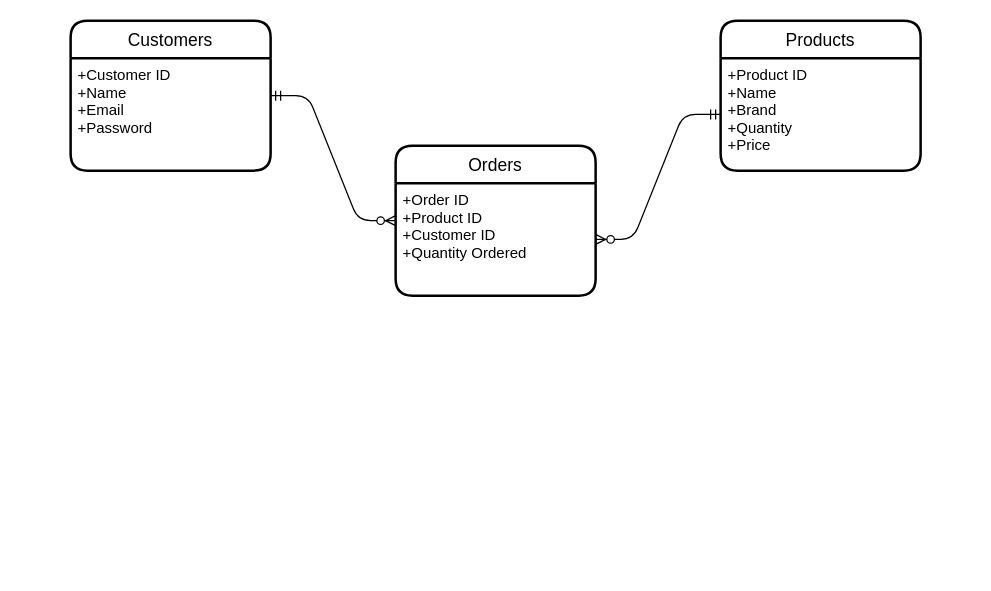
Earlier version of the draw.io diagram ERD.drawio (Warsame95/inventory-management-system). Source tidied: cells renumbered, new cells numbered last; positions are measured from the earlier drawing's top-left corner, leaving out a move shared by most shapes. Both pictures are drawn from the tidied source at 125%, with x=0, y=0 at pixel (70, 20).
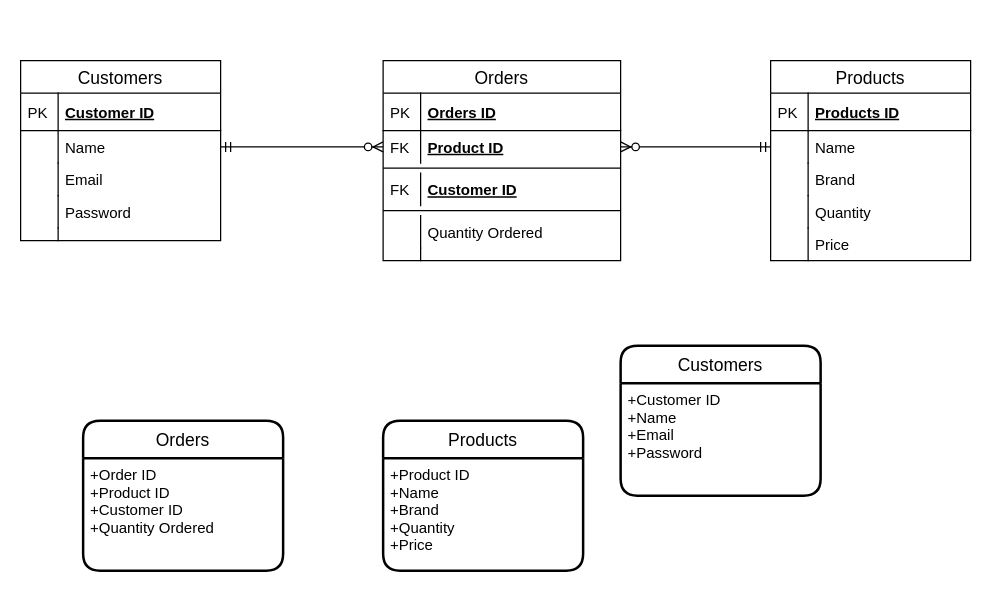
After the change.

Commit message:
Labelled the Primary and Foreign Keys

The change refers to these unchanged cells:
```xml
<mxCell id="6" value="+Order ID&#10;+Product ID&#10;+Customer ID&#10;+Quantity Ordered" style="align=left;strokeColor=none;fillColor=none;spacingLeft=4;fontSize=12;verticalAlign=top;" parent="5" vertex="1">
  <mxGeometry y="30" width="160" height="90" as="geometry" />
</mxCell>
<mxCell id="8" value="+Product ID&#10;+Name&#10;+Brand&#10;+Quantity&#10;+Price" style="align=left;strokeColor=none;fillColor=none;spacingLeft=4;fontSize=12;verticalAlign=top;" parent="7" vertex="1">
  <mxGeometry y="30" width="160" height="90" as="geometry" />
</mxCell>
```

What changed in the source:
```diff
@@
-    <mxCell id="2" value="Customers" style="swimlane;horizontal=1;startSize=30;rounded=1;fontSize=14;fontStyle=0;strokeWidth=2;shadow=0;dashed=0;align=center;" parent="1" vertex="1">
-      <mxGeometry width="160" height="120" as="geometry" />
-    </mxCell>
-    <mxCell id="3" value="+Customer ID&#10;+Name&#10;+Email&#10;+Password" style="align=left;strokeColor=none;fillColor=none;spacingLeft=4;fontSize=12;verticalAlign=top;" parent="2" vertex="1">
-      <mxGeometry y="30" width="160" height="90" as="geometry" />
-    </mxCell>
-    <mxCell id="4" style="edgeStyle=entityRelationEdgeStyle;fontSize=12;html=1;endArrow=ERzeroToMany;startArrow=ERmandOne;" parent="1" edge="1">
-      <mxGeometry relative="1" as="geometry">
-        <mxPoint x="160" y="60" as="sourcePoint" />
-        <mxPoint x="260" y="160" as="targetPoint" />
-      </mxGeometry>
+    <mxCell id="4" style="edgeStyle=entityRelationEdgeStyle;fontSize=12;html=1;endArrow=ERzeroToMany;startArrow=ERmandOne;" parent="1" edge="1" source="26" target="13">
+      <mxGeometry relative="1" as="geometry" />
     </mxCell>
+    <mxCell id="9" style="edgeStyle=entityRelationEdgeStyle;fontSize=12;html=1;endArrow=ERzeroToMany;startArrow=ERmandOne;" parent="1" edge="1" source="37" target="13">
+      <mxGeometry relative="1" as="geometry" />
+    </mxCell>
     <mxCell id="5" value="Orders" style="swimlane;horizontal=1;startSize=30;rounded=1;fontSize=14;fontStyle=0;strokeWidth=2;shadow=0;dashed=0;align=center;" parent="1" vertex="1">
-      <mxGeometry x="260" y="100" width="160" height="120" as="geometry" />
+      <mxGeometry x="10" y="320" width="160" height="120" as="geometry" />
     </mxCell>
@@
     <mxCell id="7" value="Products" style="swimlane;horizontal=1;startSize=30;rounded=1;fontSize=14;fontStyle=0;strokeWidth=2;shadow=0;dashed=0;align=center;" parent="1" vertex="1">
-      <mxGeometry x="520" width="160" height="120" as="geometry" />
+      <mxGeometry x="250" y="320" width="160" height="120" as="geometry" />
     </mxCell>
@@
-    <mxCell id="9" style="edgeStyle=entityRelationEdgeStyle;fontSize=12;html=1;endArrow=ERzeroToMany;startArrow=ERmandOne;" parent="1" edge="1" source="8" target="6">
-      <mxGeometry relative="1" as="geometry" />
-    </mxCell>
+    <mxCell id="2" value="Customers" style="swimlane;horizontal=1;startSize=30;rounded=1;fontSize=14;fontStyle=0;strokeWidth=2;shadow=0;dashed=0;align=center;" parent="1" vertex="1">
+      <mxGeometry x="440" y="260" width="160" height="120" as="geometry" />
+    </mxCell>
+    <mxCell id="3" value="+Customer ID&#10;+Name&#10;+Email&#10;+Password" style="align=left;strokeColor=none;fillColor=none;spacingLeft=4;fontSize=12;verticalAlign=top;" parent="2" vertex="1">
+      <mxGeometry y="30" width="160" height="90" as="geometry" />
+    </mxCell>
+    <mxCell id="10" value="Orders" style="swimlane;fontStyle=0;horizontal=1;startSize=26;align=center;fontSize=14;" parent="1" vertex="1">
+      <mxGeometry x="250" y="32" width="190" height="160" as="geometry" />
+    </mxCell>
+    <mxCell id="11" value="Orders ID" style="shape=partialRectangle;top=0;left=0;right=0;bottom=1;align=left;verticalAlign=middle;fillColor=none;spacingLeft=34;spacingRight=4;overflow=hidden;fontStyle=5;fontSize=12;" parent="10" vertex="1">
+      <mxGeometry y="26" width="190" height="30" as="geometry" />
+    </mxCell>
+    <mxCell id="12" value="PK" style="shape=partialRectangle;top=0;left=0;bottom=0;fillColor=none;align=left;verticalAlign=middle;spacingLeft=4;spacingRight=4;overflow=hidden;fontSize=12;" parent="11" vertex="1">
+      <mxGeometry width="30" height="30" as="geometry" />
+    </mxCell>
+    <mxCell id="13" value="Product ID" style="shape=partialRectangle;top=0;left=0;right=0;bottom=0;align=left;verticalAlign=top;fillColor=none;spacingLeft=34;spacingRight=4;overflow=hidden;points=[[0,0.5],[1,0.5]];portConstraint=eastwest;fontSize=12;fontStyle=5;" parent="10" vertex="1">
+      <mxGeometry y="56" width="190" height="26" as="geometry" />
+    </mxCell>
+    <mxCell id="14" value="FK" style="shape=partialRectangle;top=0;left=0;bottom=0;fillColor=none;align=left;verticalAlign=top;spacingLeft=4;spacingRight=4;overflow=hidden;fontSize=12;" parent="13" vertex="1">
+      <mxGeometry width="30" height="26" as="geometry" />
+    </mxCell>
+    <mxCell id="15" style="line;strokeWidth=1;fillColor=none;align=left;verticalAlign=middle;spacingTop=-1;spacingLeft=3;spacingRight=3;labelPosition=right;fontSize=12;" parent="10" vertex="1">
+      <mxGeometry y="82" width="190" height="8" as="geometry" />
+    </mxCell>
+    <mxCell id="16" value="Customer ID" style="shape=partialRectangle;top=0;left=0;right=0;bottom=0;align=left;verticalAlign=top;fillColor=none;spacingLeft=34;spacingRight=4;overflow=hidden;fontSize=12;fontStyle=5;" parent="10" vertex="1">
+      <mxGeometry y="90" width="190" height="26" as="geometry" />
+    </mxCell>
+    <mxCell id="17" value="FK" style="shape=partialRectangle;top=0;left=0;bottom=0;fillColor=none;align=left;verticalAlign=top;spacingLeft=4;spacingRight=4;overflow=hidden;fontSize=12;" parent="16" vertex="1">
+      <mxGeometry width="30" height="26" as="geometry" />
+    </mxCell>
+    <mxCell id="18" style="line;strokeWidth=1;fillColor=none;align=left;verticalAlign=middle;spacingTop=-1;spacingLeft=3;spacingRight=3;labelPosition=right;fontSize=12;" parent="10" vertex="1">
+      <mxGeometry y="116" width="190" height="8" as="geometry" />
+    </mxCell>
+    <mxCell id="19" value="Quantity Ordered" style="shape=partialRectangle;top=0;left=0;right=0;bottom=0;align=left;verticalAlign=top;fillColor=none;spacingLeft=34;spacingRight=4;overflow=hidden;fontSize=12;" parent="10" vertex="1">
+      <mxGeometry y="124" width="190" height="26" as="geometry" />
+    </mxCell>
+    <mxCell id="20" style="shape=partialRectangle;top=0;left=0;bottom=0;fillColor=none;align=left;verticalAlign=top;spacingLeft=4;spacingRight=4;overflow=hidden;fontSize=12;" parent="19" vertex="1">
+      <mxGeometry width="30" height="26" as="geometry" />
+    </mxCell>
+    <mxCell id="21" style="shape=partialRectangle;top=0;left=0;right=0;bottom=0;align=left;verticalAlign=top;fillColor=none;spacingLeft=34;spacingRight=4;overflow=hidden;fontSize=12;" parent="10" vertex="1">
+      <mxGeometry y="150" width="190" height="10" as="geometry" />
+    </mxCell>
+    <mxCell id="22" style="shape=partialRectangle;top=0;left=0;bottom=0;fillColor=none;align=left;verticalAlign=top;spacingLeft=4;spacingRight=4;overflow=hidden;fontSize=12;" parent="21" vertex="1">
+      <mxGeometry width="30" height="10" as="geometry" />
+    </mxCell>
+    <mxCell id="23" value="Customers" style="swimlane;fontStyle=0;horizontal=1;startSize=26;align=center;fontSize=14;" parent="1" vertex="1">
+      <mxGeometry x="-40" y="32" width="160" height="144" as="geometry" />
+    </mxCell>
+    <mxCell id="24" value="Customer ID" style="shape=partialRectangle;top=0;left=0;right=0;bottom=1;align=left;verticalAlign=middle;fillColor=none;spacingLeft=34;spacingRight=4;overflow=hidden;fontStyle=5;fontSize=12;" parent="23" vertex="1">
+      <mxGeometry y="26" width="160" height="30" as="geometry" />
+    </mxCell>
+    <mxCell id="25" value="PK" style="shape=partialRectangle;top=0;left=0;bottom=0;fillColor=none;align=left;verticalAlign=middle;spacingLeft=4;spacingRight=4;overflow=hidden;fontSize=12;" parent="24" vertex="1">
+      <mxGeometry width="30" height="30" as="geometry" />
+    </mxCell>
+    <mxCell id="26" value="Name" style="shape=partialRectangle;top=0;left=0;right=0;bottom=0;align=left;verticalAlign=top;fillColor=none;spacingLeft=34;spacingRight=4;overflow=hidden;points=[[0,0.5],[1,0.5]];portConstraint=eastwest;fontSize=12;" parent="23" vertex="1">
+      <mxGeometry y="56" width="160" height="26" as="geometry" />
+    </mxCell>
+    <mxCell id="27" style="shape=partialRectangle;top=0;left=0;bottom=0;fillColor=none;align=left;verticalAlign=top;spacingLeft=4;spacingRight=4;overflow=hidden;fontSize=12;" parent="26" vertex="1">
+      <mxGeometry width="30" height="26" as="geometry" />
+    </mxCell>
+    <mxCell id="28" value="Email" style="shape=partialRectangle;top=0;left=0;right=0;bottom=0;align=left;verticalAlign=top;fillColor=none;spacingLeft=34;spacingRight=4;overflow=hidden;fontSize=12;" parent="23" vertex="1">
+      <mxGeometry y="82" width="160" height="26" as="geometry" />
+    </mxCell>
+    <mxCell id="29" style="shape=partialRectangle;top=0;left=0;bottom=0;fillColor=none;align=left;verticalAlign=top;spacingLeft=4;spacingRight=4;overflow=hidden;fontSize=12;" parent="28" vertex="1">
+      <mxGeometry width="30" height="26" as="geometry" />
+    </mxCell>
+    <mxCell id="30" value="Password" style="shape=partialRectangle;top=0;left=0;right=0;bottom=0;align=left;verticalAlign=top;fillColor=none;spacingLeft=34;spacingRight=4;overflow=hidden;fontSize=12;" parent="23" vertex="1">
+      <mxGeometry y="108" width="160" height="26" as="geometry" />
+    </mxCell>
+    <mxCell id="31" style="shape=partialRectangle;top=0;left=0;bottom=0;fillColor=none;align=left;verticalAlign=top;spacingLeft=4;spacingRight=4;overflow=hidden;fontSize=12;" parent="30" vertex="1">
+      <mxGeometry width="30" height="26" as="geometry" />
+    </mxCell>
+    <mxCell id="32" style="shape=partialRectangle;top=0;left=0;right=0;bottom=0;align=left;verticalAlign=top;fillColor=none;spacingLeft=34;spacingRight=4;overflow=hidden;fontSize=12;" parent="23" vertex="1">
+      <mxGeometry y="134" width="160" height="10" as="geometry" />
+    </mxCell>
+    <mxCell id="33" style="shape=partialRectangle;top=0;left=0;bottom=0;fillColor=none;align=left;verticalAlign=top;spacingLeft=4;spacingRight=4;overflow=hidden;fontSize=12;" parent="32" vertex="1">
+      <mxGeometry width="30" height="10" as="geometry" />
+    </mxCell>
+    <mxCell id="34" value="Products" style="swimlane;fontStyle=0;horizontal=1;startSize=26;align=center;fontSize=14;" parent="1" vertex="1">
+      <mxGeometry x="560" y="32" width="160" height="160" as="geometry" />
+    </mxCell>
+    <mxCell id="35" value="Products ID" style="shape=partialRectangle;top=0;left=0;right=0;bottom=1;align=left;verticalAlign=middle;fillColor=none;spacingLeft=34;spacingRight=4;overflow=hidden;fontStyle=5;fontSize=12;" parent="34" vertex="1">
+      <mxGeometry y="26" width="160" height="30" as="geometry" />
+    </mxCell>
+    <mxCell id="36" value="PK" style="shape=partialRectangle;top=0;left=0;bottom=0;fillColor=none;align=left;verticalAlign=middle;spacingLeft=4;spacingRight=4;overflow=hidden;fontSize=12;" parent="35" vertex="1">
+      <mxGeometry width="30" height="30" as="geometry" />
+    </mxCell>
+    <mxCell id="37" value="Name" style="shape=partialRectangle;top=0;left=0;right=0;bottom=0;align=left;verticalAlign=top;fillColor=none;spacingLeft=34;spacingRight=4;overflow=hidden;points=[[0,0.5],[1,0.5]];portConstraint=eastwest;fontSize=12;" parent="34" vertex="1">
+      <mxGeometry y="56" width="160" height="26" as="geometry" />
+    </mxCell>
+    <mxCell id="38" style="shape=partialRectangle;top=0;left=0;bottom=0;fillColor=none;align=left;verticalAlign=top;spacingLeft=4;spacingRight=4;overflow=hidden;fontSize=12;" parent="37" vertex="1">
+      <mxGeometry width="30" height="26" as="geometry" />
+    </mxCell>
+    <mxCell id="39" value="Brand" style="shape=partialRectangle;top=0;left=0;right=0;bottom=0;align=left;verticalAlign=top;fillColor=none;spacingLeft=34;spacingRight=4;overflow=hidden;fontSize=12;" parent="34" vertex="1">
+      <mxGeometry y="82" width="160" height="26" as="geometry" />
+    </mxCell>
+    <mxCell id="40" style="shape=partialRectangle;top=0;left=0;bottom=0;fillColor=none;align=left;verticalAlign=top;spacingLeft=4;spacingRight=4;overflow=hidden;fontSize=12;" parent="39" vertex="1">
+      <mxGeometry width="30" height="26" as="geometry" />
+    </mxCell>
+    <mxCell id="41" value="Quantity" style="shape=partialRectangle;top=0;left=0;right=0;bottom=0;align=left;verticalAlign=top;fillColor=none;spacingLeft=34;spacingRight=4;overflow=hidden;fontSize=12;" parent="34" vertex="1">
+      <mxGeometry y="108" width="160" height="26" as="geometry" />
+    </mxCell>
+    <mxCell id="42" style="shape=partialRectangle;top=0;left=0;bottom=0;fillColor=none;align=left;verticalAlign=top;spacingLeft=4;spacingRight=4;overflow=hidden;fontSize=12;" parent="41" vertex="1">
+      <mxGeometry width="30" height="26" as="geometry" />
+    </mxCell>
+    <mxCell id="43" value="Price" style="shape=partialRectangle;top=0;left=0;right=0;bottom=0;align=left;verticalAlign=top;fillColor=none;spacingLeft=34;spacingRight=4;overflow=hidden;fontSize=12;" parent="34" vertex="1">
+      <mxGeometry y="134" width="160" height="26" as="geometry" />
+    </mxCell>
+    <mxCell id="44" style="shape=partialRectangle;top=0;left=0;bottom=0;fillColor=none;align=left;verticalAlign=top;spacingLeft=4;spacingRight=4;overflow=hidden;fontSize=12;" parent="43" vertex="1">
+      <mxGeometry width="30" height="26" as="geometry" />
+    </mxCell>
```
